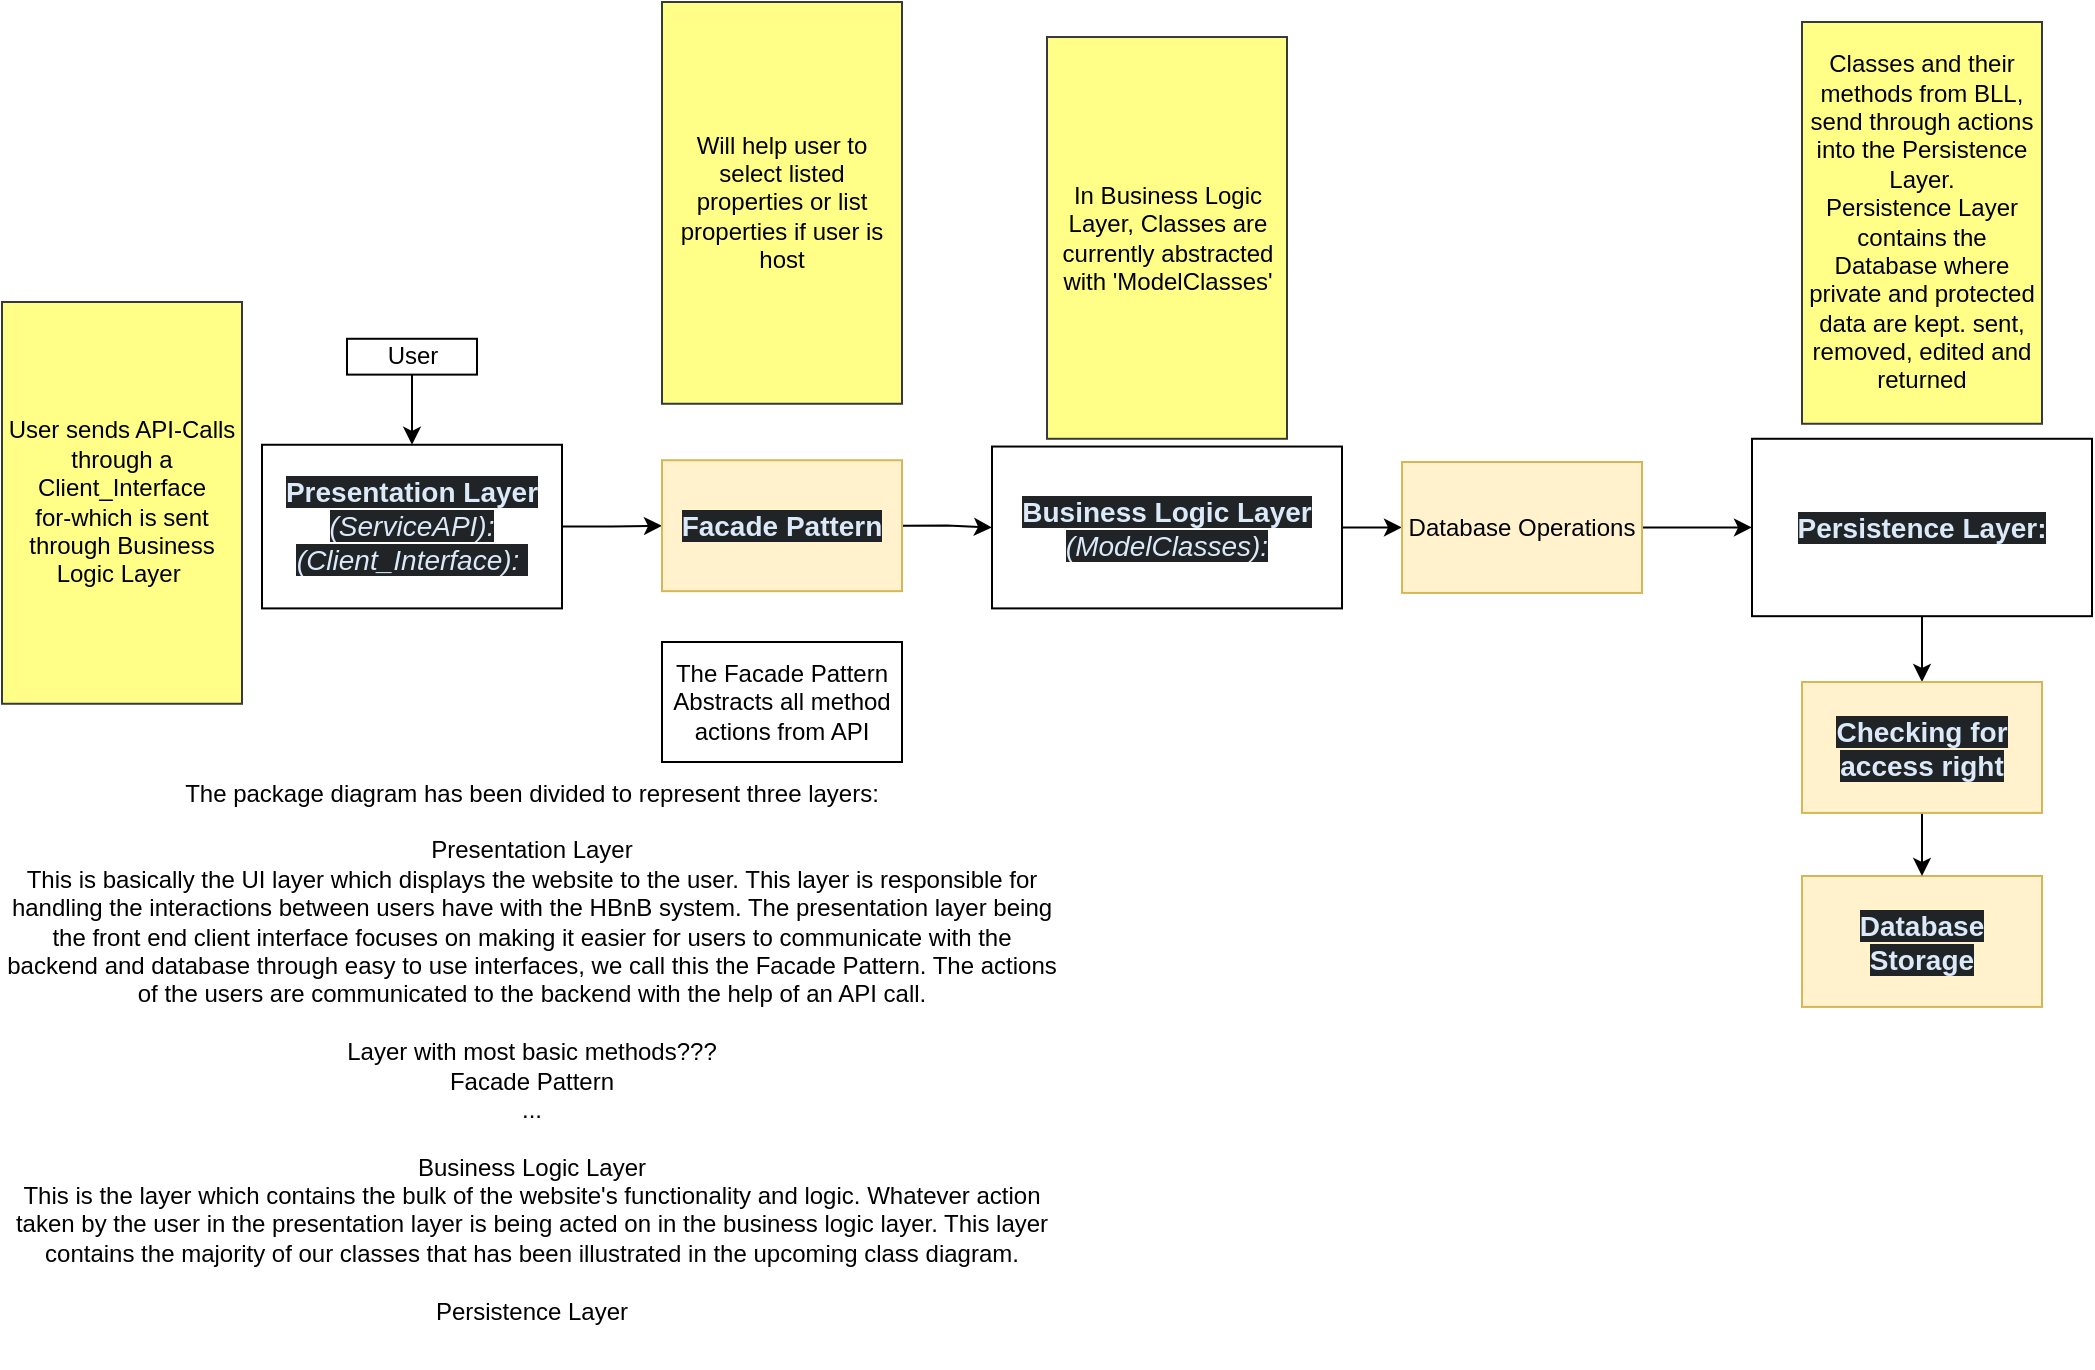
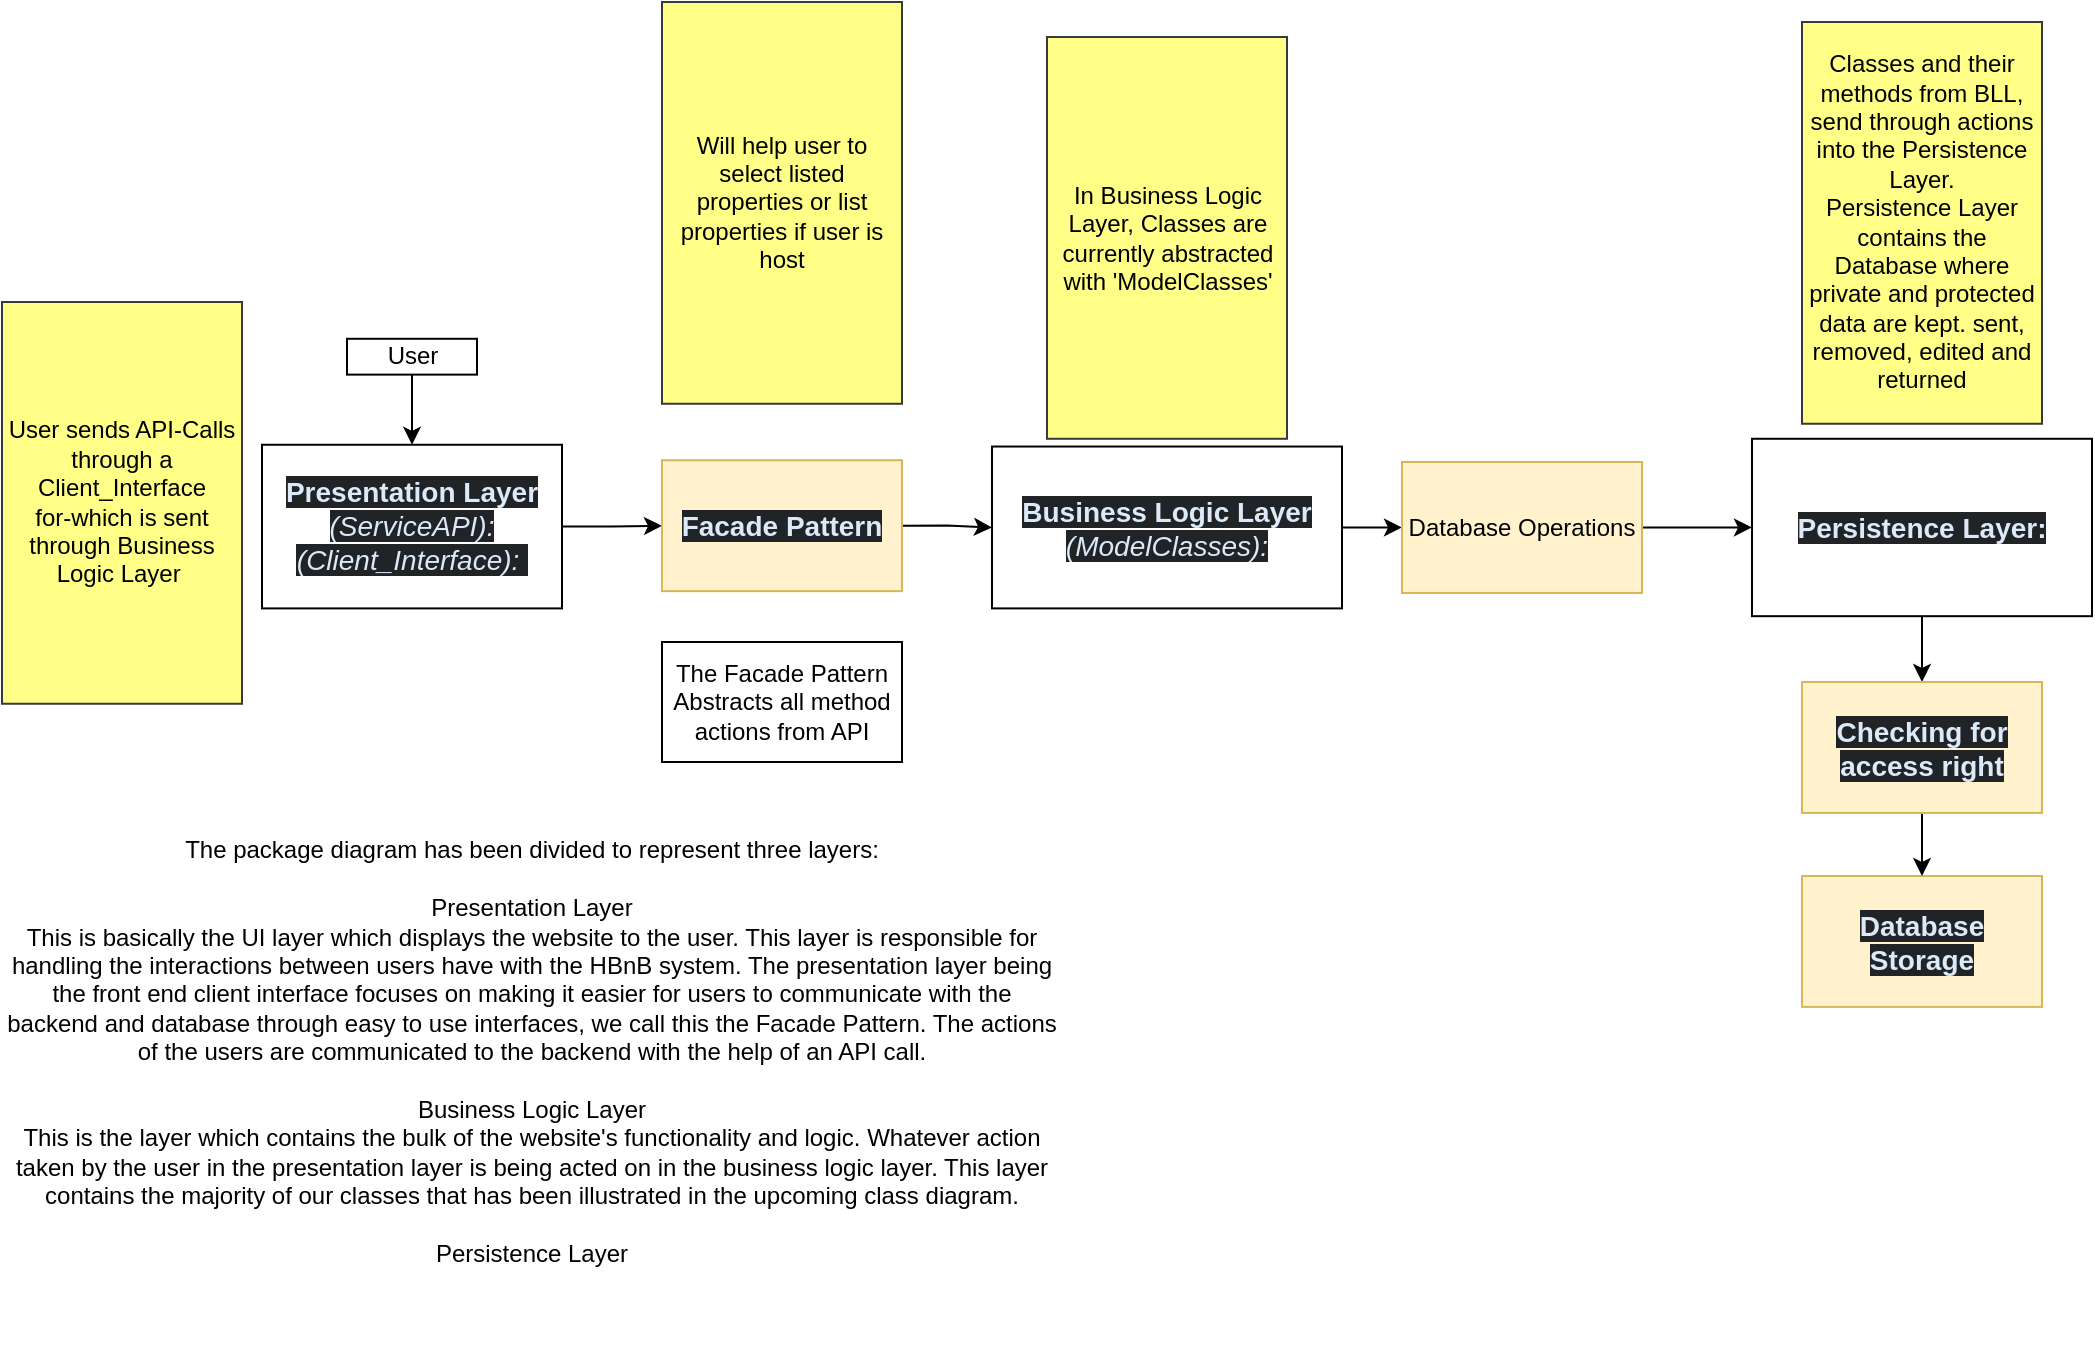
<mxfile host="app.diagrams.net">
  <diagram name="Page-1" id="2KrW7VEhyqmw7Nx4Ttr-">
    <mxGraphModel dx="1117" dy="626" grid="1" gridSize="10" guides="1" tooltips="1" connect="1" arrows="1" fold="1" page="1" pageScale="1" pageWidth="850" pageHeight="1100" math="0" shadow="0">
      <root>
        <mxCell id="0" />
        <mxCell id="1" parent="0" />
        <mxCell id="vZHe2jEZJALmbnLdjFB--106" edge="1" parent="1" source="vZHe2jEZJALmbnLdjFB--105" style="edgeStyle=orthogonalEdgeStyle;rounded=0;orthogonalLoop=1;jettySize=auto;html=1;entryX=0.5;entryY=0;entryDx=0;entryDy=0;exitX=0.5;exitY=1;exitDx=0;exitDy=0;" target="vZHe2jEZJALmbnLdjFB--6" value="">
          <mxGeometry relative="1" as="geometry">
            <mxPoint x="360" y="250" as="sourcePoint" />
          </mxGeometry>
        </mxCell>
        <mxCell id="vZHe2jEZJALmbnLdjFB--6" parent="1" style="rounded=0;whiteSpace=wrap;html=1;" value="&lt;strong style=&quot;box-sizing: border-box; font-weight: bold; scrollbar-color: rgb(95, 99, 104) rgb(49, 54, 60); color: rgb(220, 233, 249); font-family: aktiv-grotesk, sans-serif; font-size: 14px; text-align: start; background-color: rgb(32, 36, 38);&quot;&gt;Presentation Layer &lt;/strong&gt;&lt;span style=&quot;box-sizing: border-box; scrollbar-color: rgb(95, 99, 104) rgb(49, 54, 60); color: rgb(220, 233, 249); font-family: aktiv-grotesk, sans-serif; font-size: 14px; text-align: start; background-color: rgb(32, 36, 38);&quot;&gt;&lt;i&gt;(ServiceAPI):&lt;/i&gt;&lt;/span&gt;&lt;div&gt;&lt;span style=&quot;color: rgb(220, 233, 249); font-family: aktiv-grotesk, sans-serif; font-size: 14px; text-align: start; background-color: rgb(32, 36, 38);&quot;&gt;&lt;i&gt;(Client_Interface):&amp;nbsp;&lt;/i&gt;&lt;/span&gt;&lt;/div&gt;" vertex="1">
          <mxGeometry height="81.82" width="150" x="400" y="301.38" as="geometry" />
        </mxCell>
        <mxCell id="vZHe2jEZJALmbnLdjFB--8" edge="1" parent="1" source="vZHe2jEZJALmbnLdjFB--10" style="edgeStyle=orthogonalEdgeStyle;rounded=0;orthogonalLoop=1;jettySize=auto;html=1;exitX=1;exitY=0.5;exitDx=0;exitDy=0;entryX=0;entryY=0.5;entryDx=0;entryDy=0;" target="vZHe2jEZJALmbnLdjFB--39">
          <mxGeometry relative="1" as="geometry" />
        </mxCell>
        <mxCell id="vZHe2jEZJALmbnLdjFB--10" parent="1" style="rounded=0;whiteSpace=wrap;html=1;" value="&lt;span style=&quot;box-sizing: border-box; scrollbar-color: rgb(95, 99, 104) rgb(49, 54, 60); color: rgb(220, 233, 249); font-family: aktiv-grotesk, sans-serif; font-size: 14px; text-align: start; background-color: rgb(32, 36, 38);&quot;&gt;&lt;b&gt;Business Logic Layer &lt;/b&gt;&lt;i style=&quot;&quot;&gt;(ModelClasses):&lt;/i&gt;&lt;/span&gt;" vertex="1">
          <mxGeometry height="80.93" width="175" x="765" y="302.27" as="geometry" />
        </mxCell>
        <mxCell id="vZHe2jEZJALmbnLdjFB--11" edge="1" parent="1" source="vZHe2jEZJALmbnLdjFB--12" style="edgeStyle=orthogonalEdgeStyle;rounded=0;orthogonalLoop=1;jettySize=auto;html=1;exitX=0.5;exitY=1;exitDx=0;exitDy=0;entryX=0.5;entryY=0;entryDx=0;entryDy=0;" target="vZHe2jEZJALmbnLdjFB--102">
          <mxGeometry relative="1" as="geometry" />
        </mxCell>
        <mxCell id="vZHe2jEZJALmbnLdjFB--12" parent="1" style="rounded=0;whiteSpace=wrap;html=1;" value="&lt;strong style=&quot;box-sizing: border-box; font-weight: bold; scrollbar-color: rgb(95, 99, 104) rgb(49, 54, 60); color: rgb(220, 233, 249); font-family: aktiv-grotesk, sans-serif; font-size: 14px; text-align: start; background-color: rgb(32, 36, 38);&quot;&gt;Persistence Layer:&lt;/strong&gt;" vertex="1">
          <mxGeometry height="88.7" width="170" x="1145" y="298.39" as="geometry" />
        </mxCell>
        <mxCell id="vZHe2jEZJALmbnLdjFB--29" parent="1" style="rounded=0;whiteSpace=wrap;html=1;align=center;fillColor=#fff2cc;strokeColor=#d6b656;" value="&lt;div style=&quot;&quot;&gt;&lt;font color=&quot;#dce9f9&quot; face=&quot;aktiv-grotesk, sans-serif&quot;&gt;&lt;span style=&quot;font-size: 14px; background-color: rgb(32, 36, 38);&quot;&gt;&lt;b&gt;Database&lt;br&gt;Storage&lt;/b&gt;&lt;/span&gt;&lt;/font&gt;&lt;/div&gt;" vertex="1">
          <mxGeometry height="65.46" width="120" x="1170" y="517" as="geometry" />
        </mxCell>
        <mxCell id="vZHe2jEZJALmbnLdjFB--35" edge="1" parent="1" source="vZHe2jEZJALmbnLdjFB--37" style="edgeStyle=orthogonalEdgeStyle;rounded=0;orthogonalLoop=1;jettySize=auto;html=1;exitX=1;exitY=0.5;exitDx=0;exitDy=0;" target="vZHe2jEZJALmbnLdjFB--10">
          <mxGeometry relative="1" as="geometry">
            <mxPoint x="750" y="339.5700000000001" as="sourcePoint" />
          </mxGeometry>
        </mxCell>
        <mxCell id="vZHe2jEZJALmbnLdjFB--36" edge="1" parent="1" source="vZHe2jEZJALmbnLdjFB--6" style="edgeStyle=orthogonalEdgeStyle;rounded=0;orthogonalLoop=1;jettySize=auto;html=1;exitX=1;exitY=0.5;exitDx=0;exitDy=0;entryX=0;entryY=0.5;entryDx=0;entryDy=0;" target="vZHe2jEZJALmbnLdjFB--37">
          <mxGeometry relative="1" as="geometry">
            <mxPoint x="575" y="430" as="targetPoint" />
          </mxGeometry>
        </mxCell>
        <mxCell id="vZHe2jEZJALmbnLdjFB--37" parent="1" style="rounded=0;whiteSpace=wrap;html=1;align=center;fillColor=#fff2cc;strokeColor=#d6b656;" value="&lt;div style=&quot;&quot;&gt;&lt;font color=&quot;#dce9f9&quot; face=&quot;aktiv-grotesk, sans-serif&quot;&gt;&lt;span style=&quot;font-size: 14px; background-color: rgb(32, 36, 38);&quot;&gt;&lt;b&gt;Facade Pattern&lt;/b&gt;&lt;/span&gt;&lt;/font&gt;&lt;/div&gt;" vertex="1">
          <mxGeometry height="65.46" width="120" x="600" y="309.11999999999995" as="geometry" />
        </mxCell>
        <mxCell id="vZHe2jEZJALmbnLdjFB--38" edge="1" parent="1" source="vZHe2jEZJALmbnLdjFB--39" style="edgeStyle=orthogonalEdgeStyle;rounded=0;orthogonalLoop=1;jettySize=auto;html=1;exitX=1;exitY=0.5;exitDx=0;exitDy=0;entryX=0;entryY=0.5;entryDx=0;entryDy=0;" target="vZHe2jEZJALmbnLdjFB--12">
          <mxGeometry relative="1" as="geometry" />
        </mxCell>
        <mxCell id="vZHe2jEZJALmbnLdjFB--39" parent="1" style="rounded=0;whiteSpace=wrap;html=1;align=center;fillColor=#fff2cc;strokeColor=#d6b656;" value="Database Operations" vertex="1">
          <mxGeometry height="65.46" width="120" x="970" y="310.01" as="geometry" />
        </mxCell>
        <mxCell id="vZHe2jEZJALmbnLdjFB--101" edge="1" parent="1" source="vZHe2jEZJALmbnLdjFB--102" style="edgeStyle=orthogonalEdgeStyle;rounded=0;orthogonalLoop=1;jettySize=auto;html=1;exitX=0.5;exitY=1;exitDx=0;exitDy=0;entryX=0.5;entryY=0;entryDx=0;entryDy=0;" target="vZHe2jEZJALmbnLdjFB--29">
          <mxGeometry relative="1" as="geometry">
            <mxPoint x="1460" y="530" as="targetPoint" />
          </mxGeometry>
        </mxCell>
        <mxCell id="vZHe2jEZJALmbnLdjFB--102" parent="1" style="rounded=0;whiteSpace=wrap;html=1;align=center;fillColor=#fff2cc;strokeColor=#d6b656;" value="&lt;div style=&quot;&quot;&gt;&lt;font color=&quot;#dce9f9&quot; face=&quot;aktiv-grotesk, sans-serif&quot;&gt;&lt;span style=&quot;font-size: 14px; background-color: rgb(32, 36, 38);&quot;&gt;&lt;b&gt;Checking for access right&lt;/b&gt;&lt;/span&gt;&lt;/font&gt;&lt;/div&gt;" vertex="1">
          <mxGeometry height="65.46" width="120" x="1170" y="420" as="geometry" />
        </mxCell>
        <mxCell id="vZHe2jEZJALmbnLdjFB--105" parent="1" style="whiteSpace=wrap;html=1;rounded=0;" value="User" vertex="1">
          <mxGeometry height="17.92" width="65" x="442.5" y="248.39" as="geometry" />
        </mxCell>
        <mxCell id="WIsYPLuYnzwIEppj4hiX-1" parent="1" style="rounded=0;whiteSpace=wrap;html=1;fillColor=light-dark(#FFFF88,#FFFF63);strokeColor=#36393d;fontColor=light-dark(#000000,#000000);" value="User sends API-Calls through a Client_Interface&lt;br&gt;for-which is sent through Business Logic Layer&amp;nbsp;" vertex="1">
          <mxGeometry height="200.88" width="120" x="270" y="230" as="geometry" />
        </mxCell>
        <mxCell id="WIsYPLuYnzwIEppj4hiX-2" parent="1" style="rounded=0;whiteSpace=wrap;html=1;fillColor=light-dark(#FFFF88,#FFFF63);strokeColor=#36393d;fontColor=light-dark(#000000,#000000);" value="In Business Logic Layer, Classes are currently abstracted with &#39;ModelClasses&#39;" vertex="1">
          <mxGeometry height="200.88" width="120" x="792.5" y="97.51" as="geometry" />
        </mxCell>
        <mxCell id="WIsYPLuYnzwIEppj4hiX-3" parent="1" style="rounded=0;whiteSpace=wrap;html=1;fillColor=light-dark(#FFFF88,#FFFF63);strokeColor=#36393d;fontColor=light-dark(#000000,#000000);" value="Classes and their methods from BLL,&lt;br&gt;send through actions into the Persistence Layer.&lt;br&gt;Persistence Layer contains the Database where private and protected data are kept. sent, removed, edited and returned" vertex="1">
          <mxGeometry height="200.88" width="120" x="1170" y="90" as="geometry" />
        </mxCell>
        <mxCell id="WgZE8rlp9okLk8PS5iAP-1" parent="1" style="rounded=0;whiteSpace=wrap;html=1;fillColor=light-dark(#FFFF88,#FFFF63);strokeColor=#36393d;fontColor=light-dark(#000000,#000000);" value="Will help user to select listed properties or list properties if user is host" vertex="1">
          <mxGeometry height="200.88" width="120" x="600" y="80" as="geometry" />
        </mxCell>
        <mxCell id="jcnPVMmyGXToek09mdS7-1" parent="1" style="rounded=0;whiteSpace=wrap;html=1;" value="The Facade Pattern Abstracts all method actions from API" vertex="1">
          <mxGeometry height="60" width="120" x="600" y="400" as="geometry" />
        </mxCell>
-         <mxCell id="3AgvAKh3npFNZkdtQLno-1" parent="1" style="text;html=1;whiteSpace=wrap;strokeColor=none;fillColor=none;align=center;verticalAlign=middle;rounded=0;" value="The package diagram has been divided to represent three layers:&lt;br&gt;&lt;br&gt;Presentation Layer&lt;div&gt;This is basically the UI layer which displays the website to the user. This layer is responsible for handling the interactions between users have with the HBnB system. The presentation layer being the front end client interface focuses on making it easier for users to communicate with the backend and database through easy to use interfaces, we call this the Facade Pattern. The actions of the users are communicated to the backend with the help of an API cal&lt;span style=&quot;background-color: transparent; color: light-dark(rgb(0, 0, 0), rgb(255, 255, 255));&quot;&gt;l.&lt;/span&gt;&lt;/div&gt;&lt;div&gt;&lt;br&gt;&lt;/div&gt;&lt;div&gt;Layer with most basic methods???&lt;span style=&quot;background-color: transparent; color: light-dark(rgb(0, 0, 0), rgb(255, 255, 255));&quot;&gt;&lt;/span&gt;&lt;/div&gt;&lt;div&gt;&lt;span style=&quot;background-color: transparent; color: light-dark(rgb(0, 0, 0), rgb(255, 255, 255));&quot;&gt;Facade Pattern&lt;/span&gt;&lt;/div&gt;&lt;div&gt;&lt;span style=&quot;background-color: transparent; color: light-dark(rgb(0, 0, 0), rgb(255, 255, 255));&quot;&gt;...&lt;/span&gt;&lt;/div&gt;&lt;div&gt;&lt;br&gt;Business Logic Layer&lt;div&gt;This is the layer which contains the bulk of the website&#39;s functionality and logic. Whatever action taken by the user in the presentation layer is being acted on in the business logic layer. This layer contains the majority of our classes that has been illustrated in the upcoming class diagram.&lt;/div&gt;&lt;div&gt;&lt;br&gt;&lt;/div&gt;&lt;div&gt;Persistence Layer&lt;br&gt;&lt;div&gt;&lt;br&gt;&lt;/div&gt;&lt;/div&gt;&lt;/div&gt;" vertex="1">
+         <mxCell id="3AgvAKh3npFNZkdtQLno-1" parent="1" style="text;html=1;whiteSpace=wrap;strokeColor=none;fillColor=none;align=center;verticalAlign=middle;rounded=0;" value="The package diagram has been divided to represent three layers:&lt;br&gt;&lt;br&gt;Presentation Layer&lt;div&gt;This is basically the UI layer which displays the website to the user. This layer is responsible for handling the interactions between users have with the HBnB system. The presentation layer being the front end client interface focuses on making it easier for users to communicate with the backend and database through easy to use interfaces, we call this the Facade Pattern. The actions of the users are communicated to the backend with the help of an API cal&lt;span style=&quot;background-color: transparent; color: light-dark(rgb(0, 0, 0), rgb(255, 255, 255));&quot;&gt;l.&lt;/span&gt;&lt;/div&gt;&lt;div&gt;&lt;br&gt;Business Logic Layer&lt;div&gt;This is the layer which contains the bulk of the website&#39;s functionality and logic. Whatever action taken by the user in the presentation layer is being acted on in the business logic layer. This layer contains the majority of our classes that has been illustrated in the upcoming class diagram.&lt;/div&gt;&lt;div&gt;&lt;br&gt;&lt;/div&gt;&lt;div&gt;Persistence Layer&lt;br&gt;&lt;div&gt;&lt;br&gt;&lt;/div&gt;&lt;/div&gt;&lt;/div&gt;" vertex="1">
          <mxGeometry height="303" width="530" x="270" y="460" as="geometry" />
        </mxCell>
      </root>
    </mxGraphModel>
  </diagram>
</mxfile>
